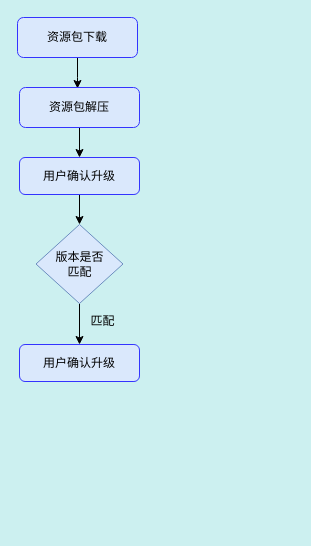
Before: new.drawio in allenxxb/drow, a draw.io diagram. Source tidied: cells renumbered, new cells numbered last; positions are measured from the earlier drawing's top-left corner, leaving out a move shared by most shapes. Both pictures are drawn from the tidied source at 100%, with x=0, y=0 at pixel (17, 17).
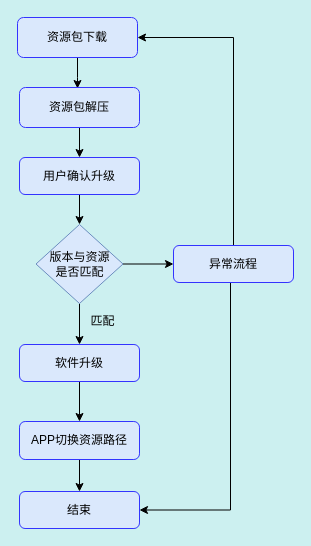
The same page after the edit.

The change refers to these unchanged cells:
```xml
<mxCell id="5" value="资源包下载" style="rounded=1;whiteSpace=wrap;html=1;fontSize=12;glass=0;strokeWidth=1;shadow=0;fillColor=#dae8fc;strokeColor=#3333FF;" parent="1" vertex="1">
  <mxGeometry width="120" height="40" as="geometry" />
</mxCell>
```

The edit, as a diff of the source:
```diff
@@
+    <mxCell id="12" style="edgeStyle=orthogonalEdgeStyle;rounded=0;jettySize=auto;html=1;exitX=1;exitY=0.5;exitDx=0;exitDy=0;entryX=0;entryY=0.5;entryDx=0;entryDy=0;" parent="1" edge="1" source="9" target="18">
+      <mxGeometry relative="1" as="geometry" />
+    </mxCell>
-    <mxCell id="9" value="版本是否&lt;br&gt;匹配" style="rhombus;whiteSpace=wrap;html=1;strokeColor=#6c8ebf;fillColor=#dae8fc;" parent="1" vertex="1">
+    <mxCell id="9" value="版本与资源&lt;br&gt;是否匹配" style="rhombus;whiteSpace=wrap;html=1;strokeColor=#6c8ebf;fillColor=#dae8fc;" parent="1" vertex="1">
       <mxGeometry x="18.5" y="207" width="87" height="79" as="geometry" />
     </mxCell>
+    <mxCell id="13" style="edgeStyle=orthogonalEdgeStyle;rounded=0;jettySize=auto;html=1;" parent="1" edge="1" source="10" target="15">
+      <mxGeometry relative="1" as="geometry" />
+    </mxCell>
-    <mxCell id="10" value="用户确认升级" style="rounded=1;whiteSpace=wrap;html=1;fontSize=12;glass=0;strokeWidth=1;shadow=0;fillColor=#dae8fc;strokeColor=#3333FF;" parent="1" vertex="1">
+    <mxCell id="10" value="软件升级" style="rounded=1;whiteSpace=wrap;html=1;fontSize=12;glass=0;strokeWidth=1;shadow=0;fillColor=#dae8fc;strokeColor=#3333FF;" parent="1" vertex="1">
       <mxGeometry x="2" y="327" width="120" height="37" as="geometry" />
     </mxCell>
@@
+    <mxCell id="14" style="edgeStyle=orthogonalEdgeStyle;rounded=0;jettySize=auto;html=1;" parent="1" edge="1" source="15" target="19">
+      <mxGeometry relative="1" as="geometry" />
+    </mxCell>
+    <mxCell id="15" value="APP切换资源路径" style="rounded=1;whiteSpace=wrap;html=1;fontSize=12;glass=0;strokeWidth=1;shadow=0;fillColor=#dae8fc;strokeColor=#3333FF;" parent="1" vertex="1">
+      <mxGeometry x="2" y="404" width="120" height="38" as="geometry" />
+    </mxCell>
+    <mxCell id="16" style="edgeStyle=orthogonalEdgeStyle;rounded=0;jettySize=auto;html=1;exitX=0.5;exitY=0;exitDx=0;exitDy=0;entryX=1;entryY=0.5;entryDx=0;entryDy=0;" parent="1" edge="1" source="18" target="5">
+      <mxGeometry relative="1" as="geometry" />
+    </mxCell>
+    <mxCell id="17" style="edgeStyle=orthogonalEdgeStyle;rounded=0;jettySize=auto;html=1;entryX=1;entryY=0.5;entryDx=0;entryDy=0;" parent="1" edge="1" source="18" target="19">
+      <mxGeometry relative="1" as="geometry">
+        <Array as="points">
+          <mxPoint x="213" y="493" />
+        </Array>
+      </mxGeometry>
+    </mxCell>
+    <mxCell id="18" value="异常流程" style="rounded=1;whiteSpace=wrap;html=1;fontSize=12;glass=0;strokeWidth=1;shadow=0;fillColor=#dae8fc;strokeColor=#3333FF;" parent="1" vertex="1">
+      <mxGeometry x="156" y="228" width="120" height="37" as="geometry" />
+    </mxCell>
+    <mxCell id="19" value="结束" style="rounded=1;whiteSpace=wrap;html=1;fontSize=12;glass=0;strokeWidth=1;shadow=0;fillColor=#dae8fc;strokeColor=#3333FF;" parent="1" vertex="1">
+      <mxGeometry x="2" y="474" width="120" height="37" as="geometry" />
+    </mxCell>
```
